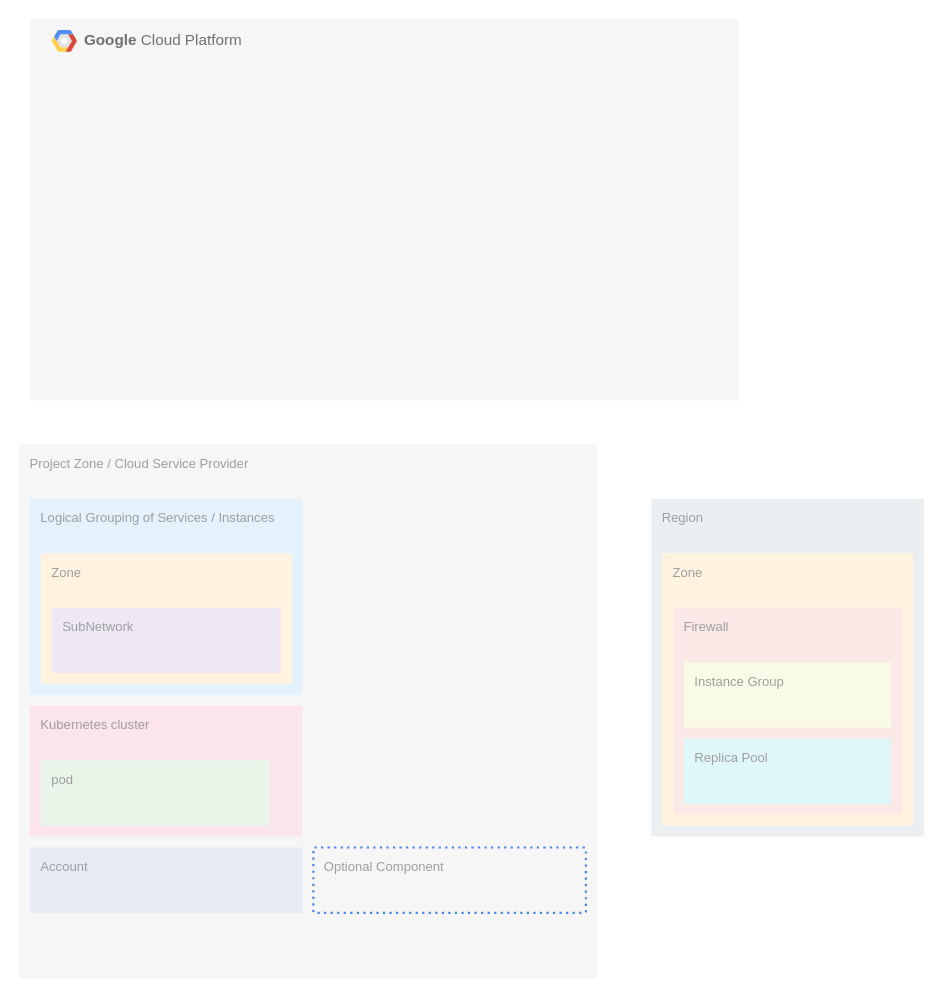
This is GCP_3LayerMode.drawio from shunikd/sandbox, a draw.io file, before an edit. Source tidied: cells renumbered, new cells numbered last; positions are measured from the earlier drawing's top-left corner, leaving out a move shared by most shapes. Both pictures are drawn from the tidied source at 109%, with x=0, y=0 at pixel (19, 19).
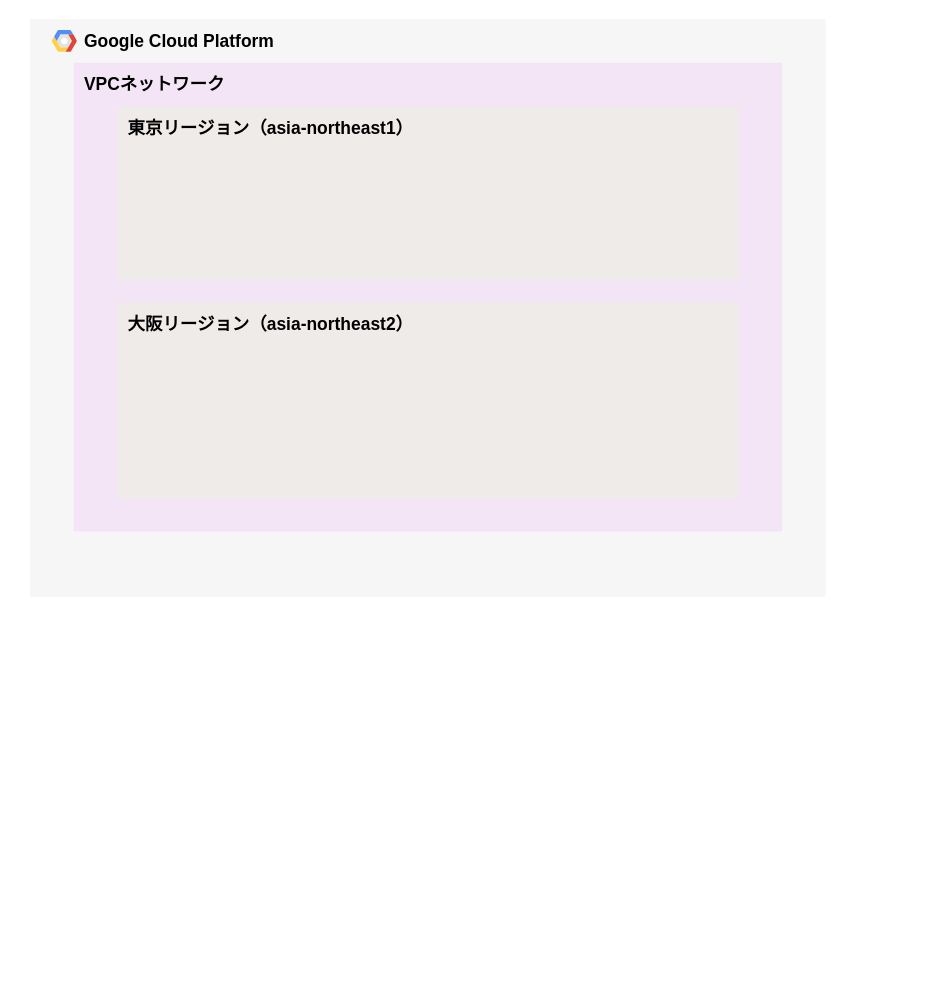
After the change.

Commit message (it also covers changes not shown here):
GCP_3LayerMode.drawio を更新します

The edit, as a diff of the source:
```diff
@@
-    <mxCell id="2" value="&lt;b&gt;Google &lt;/b&gt;Cloud Platform" style="fillColor=#F6F6F6;strokeColor=none;shadow=0;gradientColor=none;fontSize=14;align=left;spacing=10;fontColor=#717171;9E9E9E;verticalAlign=top;spacingTop=-4;fontStyle=0;spacingLeft=40;html=1;" parent="1" vertex="1">
-      <mxGeometry x="10" width="650" height="350" as="geometry" />
+    <mxCell id="2" value="&lt;span style=&quot;font-size: 16px;&quot;&gt;Google &lt;/span&gt;Cloud Platform" style="fillColor=#F6F6F6;strokeColor=none;shadow=0;gradientColor=none;fontSize=16;align=left;spacing=10;9E9E9E;verticalAlign=top;spacingTop=-4;fontStyle=1;spacingLeft=40;html=1;" parent="1" vertex="1">
+      <mxGeometry x="10" width="730" height="530" as="geometry" />
     </mxCell>
@@
-    <mxCell id="4" value="Project Zone / Cloud Service Provider" style="rounded=1;absoluteArcSize=1;arcSize=2;html=1;strokeColor=none;gradientColor=none;shadow=0;dashed=0;fontSize=12;fontColor=#9E9E9E;align=left;verticalAlign=top;spacing=10;spacingTop=-4;fillColor=#F6F6F6;" parent="1" vertex="1">
-      <mxGeometry y="390" width="530" height="490" as="geometry" />
-    </mxCell>
-    <mxCell id="5" value="Logical Grouping of Services / Instances" style="rounded=1;absoluteArcSize=1;arcSize=2;html=1;strokeColor=none;gradientColor=none;shadow=0;dashed=0;fontSize=12;fontColor=#9E9E9E;align=left;verticalAlign=top;spacing=10;spacingTop=-4;fillColor=#E3F2FD;" parent="4" vertex="1">
-      <mxGeometry width="250" height="180" relative="1" as="geometry">
-        <mxPoint x="10" y="50" as="offset" />
-      </mxGeometry>
-    </mxCell>
-    <mxCell id="6" value="Zone" style="rounded=1;absoluteArcSize=1;arcSize=2;html=1;strokeColor=none;gradientColor=none;shadow=0;dashed=0;fontSize=12;fontColor=#9E9E9E;align=left;verticalAlign=top;spacing=10;spacingTop=-4;fillColor=#FFF3E0;" parent="5" vertex="1">
-      <mxGeometry width="230" height="120" relative="1" as="geometry">
-        <mxPoint x="10" y="50" as="offset" />
-      </mxGeometry>
-    </mxCell>
-    <mxCell id="7" value="SubNetwork" style="rounded=1;absoluteArcSize=1;arcSize=2;html=1;strokeColor=none;gradientColor=none;shadow=0;dashed=0;fontSize=12;fontColor=#9E9E9E;align=left;verticalAlign=top;spacing=10;spacingTop=-4;fillColor=#EDE7F6;" parent="6" vertex="1">
-      <mxGeometry width="210" height="60" relative="1" as="geometry">
-        <mxPoint x="10" y="50" as="offset" />
-      </mxGeometry>
-    </mxCell>
-    <mxCell id="8" value="Kubernetes cluster" style="rounded=1;absoluteArcSize=1;arcSize=2;html=1;strokeColor=none;gradientColor=none;shadow=0;dashed=0;fontSize=12;fontColor=#9E9E9E;align=left;verticalAlign=top;spacing=10;spacingTop=-4;fillColor=#FCE4EC;" parent="4" vertex="1">
-      <mxGeometry width="250" height="120" relative="1" as="geometry">
-        <mxPoint x="10" y="240" as="offset" />
-      </mxGeometry>
-    </mxCell>
-    <mxCell id="9" value="pod" style="rounded=1;absoluteArcSize=1;arcSize=2;html=1;strokeColor=none;gradientColor=none;shadow=0;dashed=0;fontSize=12;fontColor=#9E9E9E;align=left;verticalAlign=top;spacing=10;spacingTop=-4;fillColor=#E8F5E9;" parent="8" vertex="1">
-      <mxGeometry width="210" height="60" relative="1" as="geometry">
-        <mxPoint x="10" y="50" as="offset" />
-      </mxGeometry>
-    </mxCell>
-    <mxCell id="10" value="Account" style="rounded=1;absoluteArcSize=1;arcSize=2;html=1;strokeColor=none;gradientColor=none;shadow=0;dashed=0;fontSize=12;fontColor=#9E9E9E;align=left;verticalAlign=top;spacing=10;spacingTop=-4;fillColor=#E8EAF6;" parent="4" vertex="1">
-      <mxGeometry width="250" height="60" relative="1" as="geometry">
-        <mxPoint x="10" y="370" as="offset" />
-      </mxGeometry>
-    </mxCell>
-    <mxCell id="11" value="Region" style="rounded=1;absoluteArcSize=1;arcSize=2;html=1;strokeColor=none;gradientColor=none;shadow=0;dashed=0;fontSize=12;fontColor=#9E9E9E;align=left;verticalAlign=top;spacing=10;spacingTop=-4;fillColor=#ECEFF1;" parent="4" vertex="1">
-      <mxGeometry width="250" height="310" relative="1" as="geometry">
-        <mxPoint x="580" y="50" as="offset" />
-      </mxGeometry>
-    </mxCell>
-    <mxCell id="12" value="Zone" style="rounded=1;absoluteArcSize=1;arcSize=2;html=1;strokeColor=none;gradientColor=none;shadow=0;dashed=0;fontSize=12;fontColor=#9E9E9E;align=left;verticalAlign=top;spacing=10;spacingTop=-4;fillColor=#FFF3E0;" parent="11" vertex="1">
-      <mxGeometry width="230" height="250" relative="1" as="geometry">
-        <mxPoint x="10" y="50" as="offset" />
-      </mxGeometry>
-    </mxCell>
-    <mxCell id="13" value="Firewall" style="rounded=1;absoluteArcSize=1;arcSize=2;html=1;strokeColor=none;gradientColor=none;shadow=0;dashed=0;fontSize=12;fontColor=#9E9E9E;align=left;verticalAlign=top;spacing=10;spacingTop=-4;fillColor=#FBE9E7;" parent="12" vertex="1">
-      <mxGeometry width="210" height="190" relative="1" as="geometry">
-        <mxPoint x="10" y="50" as="offset" />
-      </mxGeometry>
-    </mxCell>
-    <mxCell id="14" value="Instance Group" style="rounded=1;absoluteArcSize=1;arcSize=2;html=1;strokeColor=none;gradientColor=none;shadow=0;dashed=0;fontSize=12;fontColor=#9E9E9E;align=left;verticalAlign=top;spacing=10;spacingTop=-4;fillColor=#F9FBE7;" parent="13" vertex="1">
-      <mxGeometry width="190" height="60" relative="1" as="geometry">
-        <mxPoint x="10" y="50" as="offset" />
-      </mxGeometry>
-    </mxCell>
-    <mxCell id="15" value="Replica Pool" style="rounded=1;absoluteArcSize=1;arcSize=2;html=1;strokeColor=none;gradientColor=none;shadow=0;dashed=0;fontSize=12;fontColor=#9E9E9E;align=left;verticalAlign=top;spacing=10;spacingTop=-4;fillColor=#E0F7FA;" parent="13" vertex="1">
-      <mxGeometry width="190" height="60" relative="1" as="geometry">
-        <mxPoint x="10" y="120" as="offset" />
-      </mxGeometry>
-    </mxCell>
-    <mxCell id="16" value="Optional Component" style="rounded=1;absoluteArcSize=1;arcSize=2;html=1;strokeColor=none;gradientColor=none;shadow=0;dashed=1;strokeColor=#4284F3;fontSize=12;fontColor=#9E9E9E;align=left;verticalAlign=top;spacing=10;spacingTop=-4;fillColor=none;dashPattern=1 2;strokeWidth=2;" parent="4" vertex="1">
-      <mxGeometry width="250" height="60" relative="1" as="geometry">
-        <mxPoint x="270" y="370" as="offset" />
-      </mxGeometry>
-    </mxCell>
+    <mxCell id="17" value="VPCネットワーク" style="rounded=1;absoluteArcSize=1;arcSize=2;html=1;strokeColor=none;gradientColor=none;shadow=0;dashed=0;fontSize=16;align=left;verticalAlign=top;spacing=10;spacingTop=-4;fillColor=#F3E5F5;fontStyle=1;" parent="2" vertex="1">
+      <mxGeometry x="40" y="40" width="650" height="430" as="geometry" />
+    </mxCell>
+    <mxCell id="18" value="東京リージョン（asia-northeast1）" style="rounded=1;absoluteArcSize=1;arcSize=2;html=1;strokeColor=none;gradientColor=none;shadow=0;dashed=0;fontSize=16;align=left;verticalAlign=top;spacing=10;spacingTop=-4;fillColor=#EFEBE9;fontStyle=1;" parent="2" vertex="1">
+      <mxGeometry x="80" y="80" width="570" height="160" as="geometry" />
+    </mxCell>
+    <mxCell id="19" value="大阪リージョン（asia-northeast2）" style="rounded=1;absoluteArcSize=1;arcSize=2;html=1;strokeColor=none;gradientColor=none;shadow=0;dashed=0;fontSize=16;align=left;verticalAlign=top;spacing=10;spacingTop=-4;fillColor=#EFEBE9;fontStyle=1;" parent="2" vertex="1">
+      <mxGeometry x="80" y="260" width="570" height="180" as="geometry" />
+    </mxCell>
```
